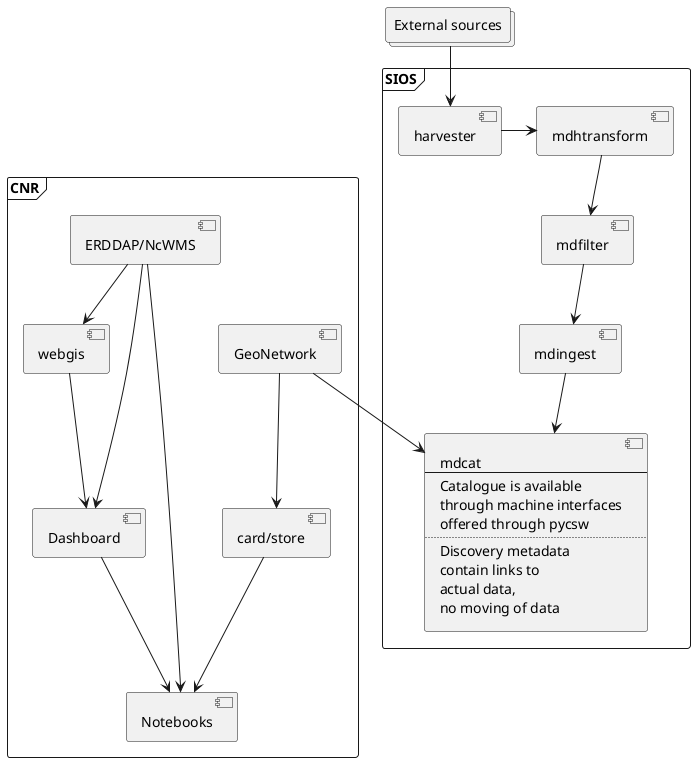
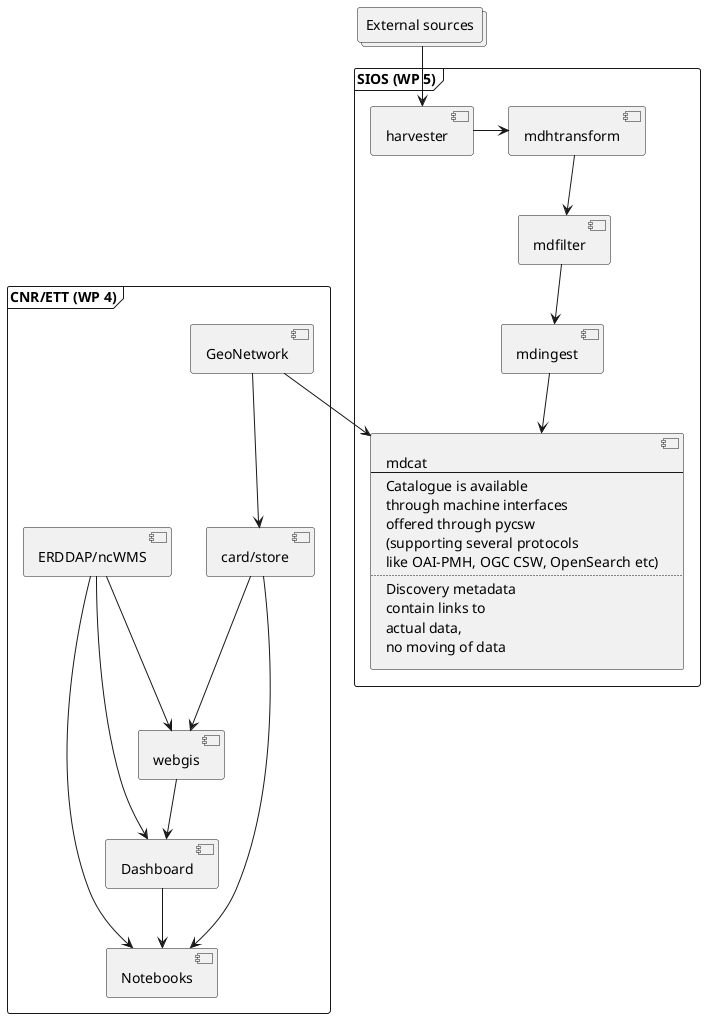
@startuml

' External elements
collections "External sources" as ext

' SIOS elements
- frame SIOS {
+ frame "SIOS (WP 5)" {
component "harvester" as mdh
component "mdhtransform" as mdt
component "mdfilter" as mdf
component "mdingest" as mdi
component mdc [
mdcat
----
Catalogue is available
through machine interfaces
offered through pycsw
+ (supporting several protocols
+ like OAI-PMH, OGC CSW, OpenSearch etc)
....
Discovery metadata
contain links to
actual data,
no moving of data
]
}

mdh -> mdt
mdt --> mdf
mdf --> mdi
mdi --> mdc

ext --> mdh

' CNR elements, not sure I understand all
- frame CNR {
+ frame "CNR/ETT (WP 4)" {
component "GeoNetwork" as gn
- component "ERDDAP/NcWMS" as erddap
+ component "ERDDAP/ncWMS" as erddap
component "card/store" as cs
component "webgis" as wg
component "Dashboard" as db
component "Notebooks" as nb
}

gn --> mdc

gn --> cs
cs --> nb
+ cs --> wg
erddap --> db
erddap --> wg
erddap --> nb

wg --> db
db --> nb


@enduml
